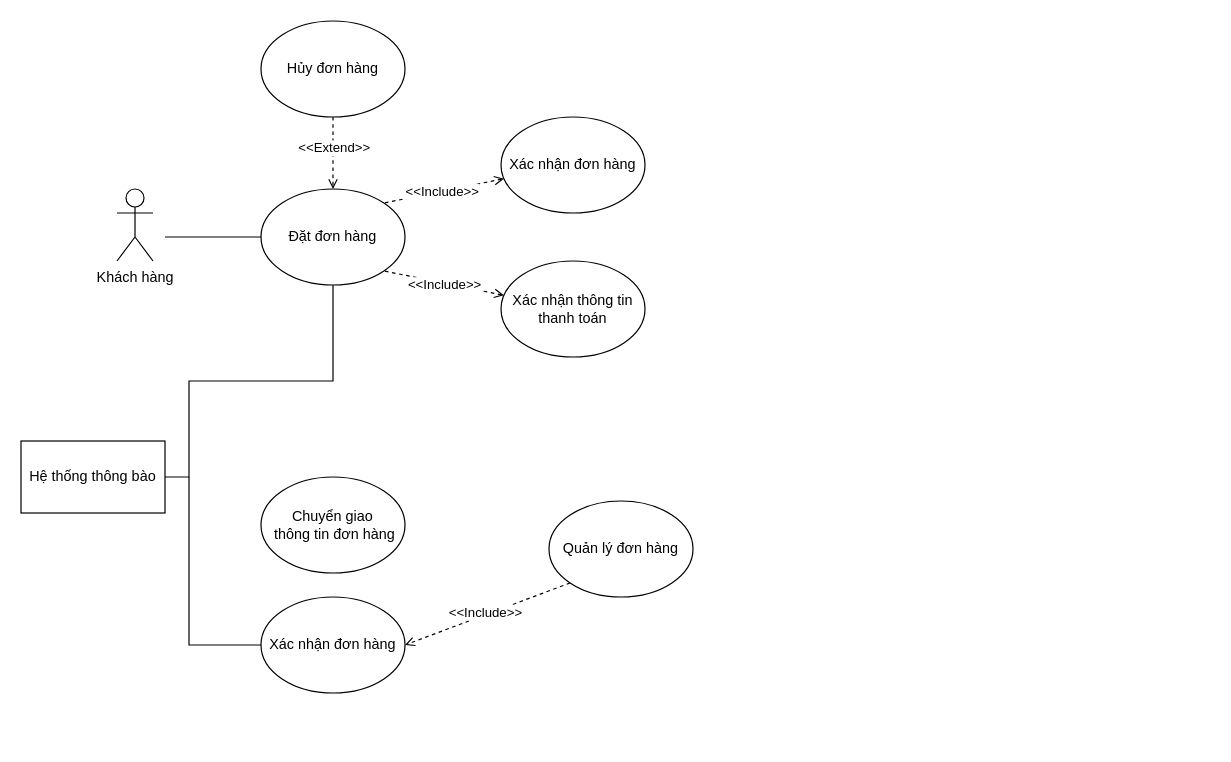
This is page "QuanLyDonHang" (3 of 10) of usecase.drawio from QuangHuy2201/FinalProject-Diagrams, a draw.io file, before an edit. Source tidied: cells renumbered, new cells numbered last; positions are measured from the earlier drawing's top-left corner, leaving out a move shared by most shapes. Both pictures are drawn from the tidied source at 120%, with x=0, y=0 at pixel (20, 20).
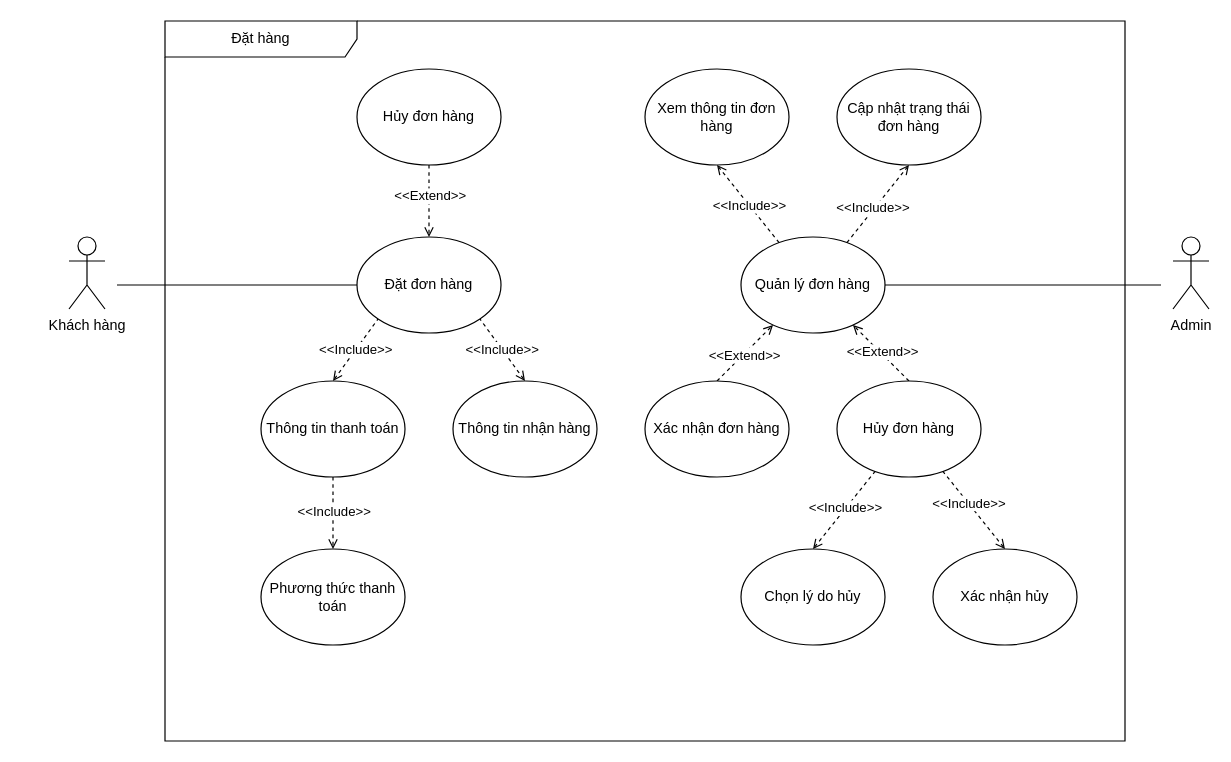
The same page after the edit.

Commit message (it also covers changes not shown here):
Cập nhật usecase.drawio

The edit, as a diff of the source:
```diff
@@
     <mxCell id="2" value="Khách hàng" style="shape=umlActor;verticalLabelPosition=bottom;verticalAlign=top;html=1;" parent="1" vertex="1">
-      <mxGeometry x="80" y="140" width="30" height="60" as="geometry" />
+      <mxGeometry x="40" y="180" width="30" height="60" as="geometry" />
     </mxCell>
     <mxCell id="3" style="edgeStyle=orthogonalEdgeStyle;rounded=0;jettySize=auto;html=1;endArrow=none;endFill=0;" parent="1" edge="1" source="4">
       <mxGeometry relative="1" as="geometry">
-        <mxPoint x="120" y="180" as="targetPoint" />
+        <mxPoint x="80" y="220" as="targetPoint" />
       </mxGeometry>
     </mxCell>
+    <mxCell id="22" style="rounded=0;jettySize=auto;html=1;entryX=0.5;entryY=1;entryDx=0;entryDy=0;dashed=1;endArrow=open;endFill=0;" parent="1" edge="1" source="20" target="31">
+      <mxGeometry relative="1" as="geometry" />
+    </mxCell>
+    <mxCell id="23" value="&amp;lt;&amp;lt;Include&amp;gt;&amp;gt;" style="edgeLabel;html=1;align=center;verticalAlign=middle;" parent="22" vertex="1">
+      <mxGeometry x="-0.03" relative="1" as="geometry" />
+    </mxCell>
+    <mxCell id="24" style="rounded=0;jettySize=auto;html=1;entryX=0.5;entryY=1;entryDx=0;entryDy=0;endArrow=open;endFill=0;dashed=1;" parent="1" edge="1" source="20" target="32">
+      <mxGeometry relative="1" as="geometry" />
+    </mxCell>
+    <mxCell id="25" value="&amp;lt;&amp;lt;Include&amp;gt;&amp;gt;" style="edgeLabel;html=1;align=center;verticalAlign=middle;" parent="24" vertex="1">
+      <mxGeometry x="-0.13" y="1" relative="1" as="geometry" />
+    </mxCell>
+    <mxCell id="26" style="rounded=0;jettySize=auto;html=1;endArrow=none;endFill=0;" parent="1" edge="1" source="20">
+      <mxGeometry relative="1" as="geometry">
+        <mxPoint x="950" y="220" as="targetPoint" />
+      </mxGeometry>
+    </mxCell>
+    <mxCell id="20" value="Quản lý đơn hàng" style="ellipse;whiteSpace=wrap;html=1;" parent="1" vertex="1">
+      <mxGeometry x="600" y="180" width="120" height="80" as="geometry" />
+    </mxCell>
+    <mxCell id="27" style="rounded=0;jettySize=auto;html=1;dashed=1;endArrow=open;endFill=0;exitX=0.5;exitY=0;exitDx=0;exitDy=0;" parent="1" edge="1" source="17" target="20">
+      <mxGeometry relative="1" as="geometry" />
+    </mxCell>
+    <mxCell id="28" value="&amp;lt;&amp;lt;Extend&amp;gt;&amp;gt;" style="edgeLabel;html=1;align=center;verticalAlign=middle;" parent="27" vertex="1">
+      <mxGeometry x="-0.07" y="-1" relative="1" as="geometry" />
+    </mxCell>
+    <mxCell id="29" style="rounded=0;jettySize=auto;html=1;dashed=1;endArrow=open;endFill=0;exitX=0.5;exitY=0;exitDx=0;exitDy=0;" parent="1" edge="1" source="40" target="20">
+      <mxGeometry relative="1" as="geometry" />
+    </mxCell>
+    <mxCell id="30" value="&amp;lt;&amp;lt;Extend&amp;gt;&amp;gt;" style="edgeLabel;html=1;align=center;verticalAlign=middle;" parent="29" vertex="1">
+      <mxGeometry x="0.01" y="-1" relative="1" as="geometry" />
+    </mxCell>
+    <mxCell id="31" value="Xem thông tin đơn hàng" style="ellipse;whiteSpace=wrap;html=1;" parent="1" vertex="1">
+      <mxGeometry x="520" y="40" width="120" height="80" as="geometry" />
+    </mxCell>
+    <mxCell id="32" value="Cập nhật trạng thái đơn hàng" style="ellipse;whiteSpace=wrap;html=1;" parent="1" vertex="1">
+      <mxGeometry x="680" y="40" width="120" height="80" as="geometry" />
+    </mxCell>
+    <mxCell id="33" value="Admin" style="shape=umlActor;verticalLabelPosition=bottom;verticalAlign=top;html=1;" parent="1" vertex="1">
+      <mxGeometry x="960" y="180" width="30" height="60" as="geometry" />
+    </mxCell>
+    <mxCell id="34" value="Đặt hàng" style="shape=umlFrame;whiteSpace=wrap;html=1;width=160;" parent="1" vertex="1">
+      <mxGeometry x="120" width="800" height="600" as="geometry" />
+    </mxCell>
+    <mxCell id="35" value="Phương thức thanh toán" style="ellipse;whiteSpace=wrap;html=1;" parent="34" vertex="1">
+      <mxGeometry x="80" y="440" width="120" height="80" as="geometry" />
+    </mxCell>
-    <mxCell id="4" value="Đặt đơn hàng" style="ellipse;whiteSpace=wrap;html=1;" parent="1" vertex="1">
-      <mxGeometry x="200" y="140" width="120" height="80" as="geometry" />
+    <mxCell id="4" value="Đặt đơn hàng" style="ellipse;whiteSpace=wrap;html=1;" parent="34" vertex="1">
+      <mxGeometry x="160" y="180" width="120" height="80" as="geometry" />
     </mxCell>
-    <mxCell id="5" style="rounded=0;jettySize=auto;html=1;entryX=1;entryY=0;entryDx=0;entryDy=0;dashed=1;endArrow=none;endFill=0;startArrow=open;startFill=0;" parent="1" edge="1" source="7" target="4">
+    <mxCell id="5" style="rounded=0;jettySize=auto;html=1;entryX=1;entryY=1;entryDx=0;entryDy=0;dashed=1;endArrow=none;endFill=0;startArrow=open;startFill=0;exitX=0.5;exitY=0;exitDx=0;exitDy=0;" parent="34" edge="1" source="7" target="4">
       <mxGeometry relative="1" as="geometry" />
     </mxCell>
@@
-    <mxCell id="7" value="Xác nhận đơn hàng" style="ellipse;whiteSpace=wrap;html=1;" parent="1" vertex="1">
-      <mxGeometry x="400" y="80" width="120" height="80" as="geometry" />
-    </mxCell>
-    <mxCell id="8" style="rounded=0;jettySize=auto;html=1;entryX=1;entryY=1;entryDx=0;entryDy=0;endArrow=none;endFill=0;dashed=1;startArrow=open;startFill=0;" parent="1" edge="1" source="10" target="4">
+    <mxCell id="8" style="rounded=0;jettySize=auto;html=1;entryX=0;entryY=1;entryDx=0;entryDy=0;endArrow=none;endFill=0;dashed=1;startArrow=open;startFill=0;exitX=0.5;exitY=0;exitDx=0;exitDy=0;" parent="34" edge="1" source="10" target="4">
       <mxGeometry relative="1" as="geometry" />
     </mxCell>
@@
-    <mxCell id="10" value="Xác nhận thông tin&lt;div&gt;thanh toán&lt;/div&gt;" style="ellipse;whiteSpace=wrap;html=1;" parent="1" vertex="1">
-      <mxGeometry x="400" y="200" width="120" height="80" as="geometry" />
-    </mxCell>
-    <mxCell id="11" style="rounded=0;jettySize=auto;html=1;entryX=0.5;entryY=0;entryDx=0;entryDy=0;endArrow=open;endFill=0;dashed=1;" parent="1" edge="1" source="13" target="4">
+    <mxCell id="11" style="rounded=0;jettySize=auto;html=1;entryX=0.5;entryY=0;entryDx=0;entryDy=0;endArrow=open;endFill=0;dashed=1;" parent="34" edge="1" source="13" target="4">
       <mxGeometry relative="1" as="geometry" />
     </mxCell>
@@
-    <mxCell id="13" value="Hủy đơn hàng" style="ellipse;whiteSpace=wrap;html=1;" parent="1" vertex="1">
-      <mxGeometry x="200" width="120" height="80" as="geometry" />
+    <mxCell id="13" value="Hủy đơn hàng" style="ellipse;whiteSpace=wrap;html=1;" parent="34" vertex="1">
+      <mxGeometry x="160" y="40" width="120" height="80" as="geometry" />
     </mxCell>
-    <mxCell id="14" style="edgeStyle=orthogonalEdgeStyle;rounded=0;jettySize=auto;html=1;exitX=1;exitY=0.5;exitDx=0;exitDy=0;entryX=0.5;entryY=1;entryDx=0;entryDy=0;endArrow=none;endFill=0;" parent="1" edge="1" source="15" target="4">
-      <mxGeometry relative="1" as="geometry">
-        <Array as="points">
-          <mxPoint x="140" y="380" />
-          <mxPoint x="140" y="300" />
-          <mxPoint x="260" y="300" />
-        </Array>
-      </mxGeometry>
-    </mxCell>
-    <mxCell id="15" value="Hệ thống thông bào" style="rounded=0;whiteSpace=wrap;html=1;" parent="1" vertex="1">
-      <mxGeometry y="350" width="120" height="60" as="geometry" />
-    </mxCell>
-    <mxCell id="16" style="edgeStyle=orthogonalEdgeStyle;rounded=0;jettySize=auto;html=1;endArrow=none;endFill=0;" parent="1" edge="1" source="17">
-      <mxGeometry relative="1" as="geometry">
-        <mxPoint x="140" y="380" as="targetPoint" />
-        <Array as="points">
-          <mxPoint x="140" y="520" />
-        </Array>
-      </mxGeometry>
-    </mxCell>
+    <mxCell id="36" style="rounded=0;jettySize=auto;html=1;dashed=1;endArrow=open;endFill=0;" parent="34" edge="1" source="10" target="35">
+      <mxGeometry relative="1" as="geometry" />
+    </mxCell>
+    <mxCell id="37" value="&amp;lt;&amp;lt;Include&amp;gt;&amp;gt;" style="edgeLabel;html=1;align=center;verticalAlign=middle;" parent="36" vertex="1">
+      <mxGeometry x="-0.07" relative="1" as="geometry" />
+    </mxCell>
+    <mxCell id="10" value="Thông tin&amp;nbsp;&lt;span style=&quot;background-color: initial;&quot;&gt;thanh toán&lt;/span&gt;" style="ellipse;whiteSpace=wrap;html=1;" parent="34" vertex="1">
+      <mxGeometry x="80" y="300" width="120" height="80" as="geometry" />
+    </mxCell>
+    <mxCell id="7" value="Thông tin nhận hàng" style="ellipse;whiteSpace=wrap;html=1;" parent="34" vertex="1">
+      <mxGeometry x="240" y="300" width="120" height="80" as="geometry" />
+    </mxCell>
+    <mxCell id="38" value="Chọn lý do hủy" style="ellipse;whiteSpace=wrap;html=1;" parent="34" vertex="1">
+      <mxGeometry x="480" y="440" width="120" height="80" as="geometry" />
+    </mxCell>
+    <mxCell id="39" value="Xác nhận hủy" style="ellipse;whiteSpace=wrap;html=1;" parent="34" vertex="1">
+      <mxGeometry x="640" y="440" width="120" height="80" as="geometry" />
+    </mxCell>
-    <mxCell id="17" value="Xác nhận đơn hàng" style="ellipse;whiteSpace=wrap;html=1;" parent="1" vertex="1">
-      <mxGeometry x="200" y="480" width="120" height="80" as="geometry" />
+    <mxCell id="17" value="Xác nhận đơn hàng" style="ellipse;whiteSpace=wrap;html=1;" parent="34" vertex="1">
+      <mxGeometry x="400" y="300" width="120" height="80" as="geometry" />
     </mxCell>
-    <mxCell id="18" style="rounded=0;jettySize=auto;html=1;exitX=0;exitY=1;exitDx=0;exitDy=0;entryX=1;entryY=0.5;entryDx=0;entryDy=0;dashed=1;endArrow=open;endFill=0;startArrow=none;startFill=0;" parent="1" edge="1" source="20" target="17">
-      <mxGeometry relative="1" as="geometry" />
-    </mxCell>
-    <mxCell id="19" value="&amp;lt;&amp;lt;Include&amp;gt;&amp;gt;" style="edgeLabel;html=1;align=center;verticalAlign=middle;" parent="18" vertex="1">
-      <mxGeometry x="0.02" y="-2" relative="1" as="geometry" />
-    </mxCell>
-    <mxCell id="20" value="Quản lý đơn hàng" style="ellipse;whiteSpace=wrap;html=1;" parent="1" vertex="1">
-      <mxGeometry x="440" y="400" width="120" height="80" as="geometry" />
-    </mxCell>
-    <mxCell id="21" value="Chuyển giao&lt;div&gt;&amp;nbsp;thông tin đơn hàng&lt;/div&gt;" style="ellipse;whiteSpace=wrap;html=1;" parent="1" vertex="1">
-      <mxGeometry x="200" y="380" width="120" height="80" as="geometry" />
-    </mxCell>
+    <mxCell id="40" value="Hủy đơn hàng" style="ellipse;whiteSpace=wrap;html=1;" parent="34" vertex="1">
+      <mxGeometry x="560" y="300" width="120" height="80" as="geometry" />
+    </mxCell>
+    <mxCell id="41" style="rounded=0;jettySize=auto;html=1;dashed=1;endArrow=none;endFill=0;startArrow=open;startFill=0;exitX=0.5;exitY=0;exitDx=0;exitDy=0;" parent="34" edge="1" source="38" target="40">
+      <mxGeometry relative="1" as="geometry" />
+    </mxCell>
+    <mxCell id="42" value="&amp;lt;&amp;lt;Include&amp;gt;&amp;gt;" style="edgeLabel;html=1;align=center;verticalAlign=middle;" parent="41" vertex="1">
+      <mxGeometry x="0.04" y="1" relative="1" as="geometry" />
+    </mxCell>
+    <mxCell id="43" style="rounded=0;jettySize=auto;html=1;dashed=1;startArrow=open;startFill=0;endArrow=none;endFill=0;exitX=0.5;exitY=0;exitDx=0;exitDy=0;" parent="34" edge="1" source="39" target="40">
+      <mxGeometry relative="1" as="geometry" />
+    </mxCell>
+    <mxCell id="44" value="&amp;lt;&amp;lt;Include&amp;gt;&amp;gt;" style="edgeLabel;html=1;align=center;verticalAlign=middle;" parent="43" vertex="1">
+      <mxGeometry x="0.19" relative="1" as="geometry" />
+    </mxCell>
```
